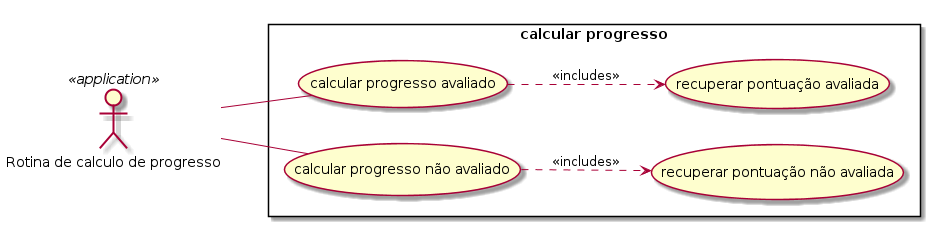
This is usecase/Pontuacao/calcularProgresso.png from rodrigoRolim/AC-backend, a PlantUML export, as it was before one commit.
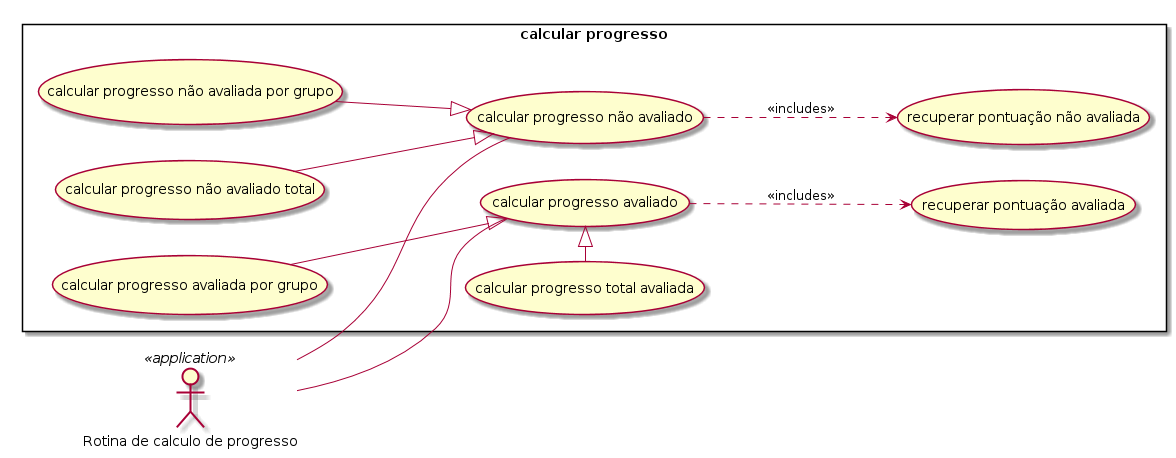
The same file after the commit.

Commit message:
new diagrams of score

Change to the diagram source:
```diff
@@ -3,10 +3,13 @@
 skinparam packagestyle rectangle
 :Rotina de calculo de progresso: <<application>> as progresso
 rectangle "calcular progresso" {
-  progresso -- (calcular progresso avaliado)
-  progresso -- (calcular progresso não avaliado)
-  (calcular progresso avaliado) ..> (recuperar pontuação avaliada): <<includes>>
-  (calcular progresso não avaliado) ..> (recuperar pontuação não avaliada): <<includes>>
-
+  progresso --- (calcular progresso avaliado)
+  progresso --- (calcular progresso não avaliado)
+  (calcular progresso avaliado) ...> (recuperar pontuação avaliada): <<includes>>
+  (calcular progresso não avaliado) ...> (recuperar pontuação não avaliada): <<includes>>
+  (calcular progresso total avaliada) -|> (calcular progresso avaliado)
+  (calcular progresso avaliada por grupo ) ---|> (calcular progresso avaliado)
+  (calcular progresso não avaliado total) ---|> (calcular progresso não avaliado)
+  (calcular progresso não avaliada por grupo ) ---|> (calcular progresso não avaliado)
 }
 @enduml
```
